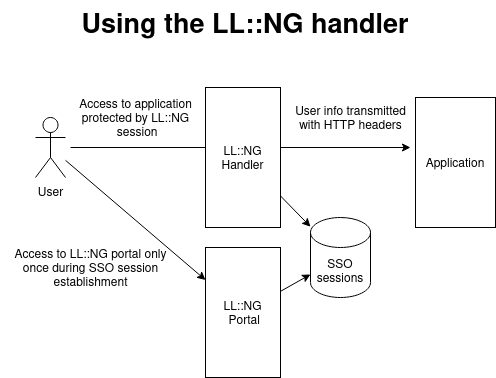
Before: doc/sources/admin/arch-handler.png, a diagram exported from draw.io (rezk2ll/lemonldap-ng). Source tidied: cells renumbered, new cells last; positions are measured from the earlier drawing's top-left corner, leaving out a move shared by most shapes.
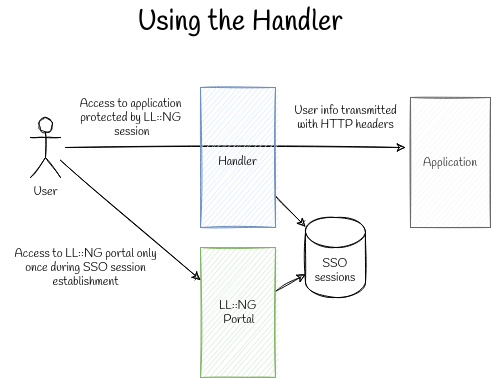
After the commit.

What changed in the source:
```diff
@@ -2,49 +2,49 @@
   <root>
     <mxCell id="0" />
     <mxCell id="1" parent="0" />
-    <mxCell id="2" style="edgeStyle=none;rounded=0;jettySize=auto;html=1;fontSize=12;" parent="1" edge="1" source="3" target="15">
+    <mxCell id="2" style="edgeStyle=none;rounded=0;jettySize=auto;html=1;fontSize=12;sketch=1;fontFamily=Handlee;fontSource=https%3A%2F%2Ffonts.googleapis.com%2Fcss%3Ffamily%3DHandlee;" parent="1" edge="1" source="3" target="15">
       <mxGeometry relative="1" as="geometry" />
     </mxCell>
-    <mxCell id="3" value="&lt;div&gt;LL::NG&lt;/div&gt;&lt;div&gt;&amp;nbsp;Portal&lt;/div&gt;" style="rounded=0;whiteSpace=wrap;html=1;" parent="1" vertex="1">
+    <mxCell id="3" value="&lt;div&gt;LL::NG&lt;/div&gt;&lt;div&gt;&amp;nbsp;Portal&lt;/div&gt;" style="rounded=0;whiteSpace=wrap;html=1;sketch=1;fillColor=#d5e8d4;strokeColor=#82b366;fontFamily=Handlee;fontSource=https%3A%2F%2Ffonts.googleapis.com%2Fcss%3Ffamily%3DHandlee;" parent="1" vertex="1">
       <mxGeometry x="205" y="240" width="75" height="130" as="geometry" />
     </mxCell>
-    <mxCell id="4" value="Application" style="rounded=0;whiteSpace=wrap;html=1;" parent="1" vertex="1">
+    <mxCell id="4" value="Application" style="rounded=0;whiteSpace=wrap;html=1;sketch=1;fillColor=#f5f5f5;fontColor=#333333;strokeColor=#666666;fontFamily=Handlee;fontSource=https%3A%2F%2Ffonts.googleapis.com%2Fcss%3Ffamily%3DHandlee;" parent="1" vertex="1">
       <mxGeometry x="415" y="90" width="80" height="130" as="geometry" />
     </mxCell>
-    <mxCell id="5" style="rounded=0;jettySize=auto;html=1;entryX=0;entryY=0.25;entryDx=0;entryDy=0;" parent="1" edge="1" source="6" target="3">
+    <mxCell id="5" style="rounded=0;jettySize=auto;html=1;entryX=0;entryY=0.25;entryDx=0;entryDy=0;sketch=1;fontFamily=Handlee;fontSource=https%3A%2F%2Ffonts.googleapis.com%2Fcss%3Ffamily%3DHandlee;" parent="1" edge="1" source="6" target="3">
       <mxGeometry relative="1" as="geometry" />
     </mxCell>
-    <mxCell id="6" value="User" style="shape=umlActor;verticalLabelPosition=bottom;verticalAlign=top;html=1;outlineConnect=0;" parent="1" vertex="1">
+    <mxCell id="6" value="User" style="shape=umlActor;verticalLabelPosition=bottom;verticalAlign=top;html=1;outlineConnect=0;sketch=1;fontFamily=Handlee;fontSource=https%3A%2F%2Ffonts.googleapis.com%2Fcss%3Ffamily%3DHandlee;" parent="1" vertex="1">
       <mxGeometry x="35" y="110" width="30" height="60" as="geometry" />
     </mxCell>
-    <mxCell id="7" style="endArrow=classic;html=1;rounded=0;" parent="1" edge="1">
+    <mxCell id="7" style="endArrow=classic;html=1;rounded=0;sketch=1;fontFamily=Handlee;fontSource=https%3A%2F%2Ffonts.googleapis.com%2Fcss%3Ffamily%3DHandlee;" parent="1" edge="1">
       <mxGeometry relative="1" as="geometry">
         <mxPoint x="70" y="140" as="sourcePoint" />
         <mxPoint x="410" y="140" as="targetPoint" />
       </mxGeometry>
     </mxCell>
-    <mxCell id="8" value="&lt;div&gt;Access to application&lt;/div&gt;&lt;div&gt;protected by LL::NG&lt;/div&gt;&lt;div&gt;&amp;nbsp;session&lt;br&gt;&lt;/div&gt;" style="text;html=1;align=center;verticalAlign=middle;strokeColor=none;fillColor=none;" parent="1" vertex="1">
-      <mxGeometry x="65" y="80" width="140" height="60" as="geometry" />
+    <mxCell id="8" value="&lt;div&gt;Access to application&lt;/div&gt;&lt;div&gt;protected by LL::NG&lt;/div&gt;&lt;div&gt;&amp;nbsp;session&lt;br&gt;&lt;/div&gt;" style="text;html=1;align=center;verticalAlign=middle;strokeColor=none;fillColor=none;sketch=1;fontFamily=Handlee;fontSource=https%3A%2F%2Ffonts.googleapis.com%2Fcss%3Ffamily%3DHandlee;" parent="1" vertex="1">
+      <mxGeometry x="70" y="80" width="130" height="60" as="geometry" />
     </mxCell>
-    <mxCell id="9" value="&lt;div&gt;Access to LL::NG portal only &lt;br&gt;&lt;/div&gt;&lt;div&gt;once during SSO session &lt;br&gt;&lt;/div&gt;&lt;div&gt;establishment&lt;br&gt;&lt;/div&gt;" style="text;html=1;align=center;verticalAlign=middle;strokeColor=none;fillColor=none;" parent="1" vertex="1">
-      <mxGeometry y="230" width="180" height="60" as="geometry" />
+    <mxCell id="9" value="&lt;div&gt;Access to LL::NG portal only &lt;br&gt;&lt;/div&gt;&lt;div&gt;once during SSO session &lt;br&gt;&lt;/div&gt;&lt;div&gt;establishment&lt;br&gt;&lt;/div&gt;" style="text;html=1;align=center;verticalAlign=middle;strokeColor=none;fillColor=none;sketch=1;fontFamily=Handlee;fontSource=https%3A%2F%2Ffonts.googleapis.com%2Fcss%3Ffamily%3DHandlee;" parent="1" vertex="1">
+      <mxGeometry x="5" y="230" width="170" height="60" as="geometry" />
     </mxCell>
-    <mxCell id="10" value="&lt;div&gt;&lt;font style=&quot;font-size: 27px;&quot;&gt;&lt;b&gt;Using the LL::NG handler&lt;br&gt;&lt;/b&gt;&lt;/font&gt;&lt;/div&gt;" style="text;html=1;strokeColor=none;fillColor=none;align=center;verticalAlign=middle;whiteSpace=wrap;rounded=0;" parent="1" vertex="1">
+    <mxCell id="10" value="&lt;div&gt;&lt;font style=&quot;font-size: 27px;&quot;&gt;&lt;b&gt;Using the Handler&lt;br&gt;&lt;/b&gt;&lt;/font&gt;&lt;/div&gt;" style="text;html=1;strokeColor=none;fillColor=none;align=center;verticalAlign=middle;whiteSpace=wrap;rounded=0;sketch=1;fontFamily=Handlee;fontSource=https%3A%2F%2Ffonts.googleapis.com%2Fcss%3Ffamily%3DHandlee;" parent="1" vertex="1">
       <mxGeometry x="55" width="380" height="30" as="geometry" />
     </mxCell>
-    <mxCell id="11" style="edgeStyle=none;rounded=0;orthogonalLoop=1;jettySize=auto;html=1;exitX=0.5;exitY=0;exitDx=0;exitDy=0;fontSize=27;" parent="1" edge="1" source="10" target="10">
+    <mxCell id="11" style="edgeStyle=none;rounded=0;orthogonalLoop=1;jettySize=auto;html=1;exitX=0.5;exitY=0;exitDx=0;exitDy=0;fontSize=27;sketch=1;fontFamily=Handlee;fontSource=https%3A%2F%2Ffonts.googleapis.com%2Fcss%3Ffamily%3DHandlee;" parent="1" edge="1" source="10" target="10">
       <mxGeometry relative="1" as="geometry" />
     </mxCell>
-    <mxCell id="12" style="edgeStyle=none;rounded=0;jettySize=auto;html=1;fontSize=12;" parent="1" edge="1" source="13" target="15">
+    <mxCell id="12" style="edgeStyle=none;rounded=0;jettySize=auto;html=1;fontSize=12;sketch=1;fontFamily=Handlee;fontSource=https%3A%2F%2Ffonts.googleapis.com%2Fcss%3Ffamily%3DHandlee;" parent="1" edge="1" source="13" target="15">
       <mxGeometry relative="1" as="geometry" />
     </mxCell>
-    <mxCell id="13" value="&lt;div style=&quot;font-size: 12px;&quot;&gt;&lt;font style=&quot;font-size: 12px;&quot;&gt;LL::NG&lt;/font&gt;&lt;/div&gt;&lt;div style=&quot;font-size: 12px;&quot;&gt;&lt;font style=&quot;font-size: 12px;&quot;&gt;Handler&lt;br&gt;&lt;/font&gt;&lt;/div&gt;" style="rounded=0;whiteSpace=wrap;html=1;fontSize=27;" parent="1" vertex="1">
+    <mxCell id="13" value="&lt;font style=&quot;font-size: 12px;&quot;&gt;Handler&lt;/font&gt;" style="rounded=0;whiteSpace=wrap;html=1;fontSize=27;sketch=1;fillColor=#dae8fc;strokeColor=#6c8ebf;fontFamily=Handlee;fontSource=https%3A%2F%2Ffonts.googleapis.com%2Fcss%3Ffamily%3DHandlee;" parent="1" vertex="1">
       <mxGeometry x="205" y="80" width="75" height="140" as="geometry" />
     </mxCell>
-    <mxCell id="14" value="&lt;div&gt;User info transmitted&lt;/div&gt;&lt;div&gt;with HTTP headers&lt;br&gt;&lt;/div&gt;" style="text;html=1;align=center;verticalAlign=middle;strokeColor=none;fillColor=none;fontSize=12;" parent="1" vertex="1">
+    <mxCell id="14" value="&lt;div&gt;User info transmitted&lt;/div&gt;&lt;div&gt;with HTTP headers&lt;br&gt;&lt;/div&gt;" style="text;html=1;align=center;verticalAlign=middle;strokeColor=none;fillColor=none;fontSize=12;sketch=1;fontFamily=Handlee;fontSource=https%3A%2F%2Ffonts.googleapis.com%2Fcss%3Ffamily%3DHandlee;" parent="1" vertex="1">
       <mxGeometry x="285" y="90" width="130" height="40" as="geometry" />
     </mxCell>
-    <mxCell id="15" value="SSO sessions" style="shape=cylinder3;whiteSpace=wrap;html=1;boundedLbl=1;backgroundOutline=1;size=15;fontSize=12;" parent="1" vertex="1">
+    <mxCell id="15" value="SSO sessions" style="shape=cylinder3;whiteSpace=wrap;html=1;boundedLbl=1;backgroundOutline=1;size=15;fontSize=12;sketch=1;fontFamily=Handlee;fontSource=https%3A%2F%2Ffonts.googleapis.com%2Fcss%3Ffamily%3DHandlee;" parent="1" vertex="1">
       <mxGeometry x="310" y="210" width="60" height="80" as="geometry" />
     </mxCell>
   </root>
```
